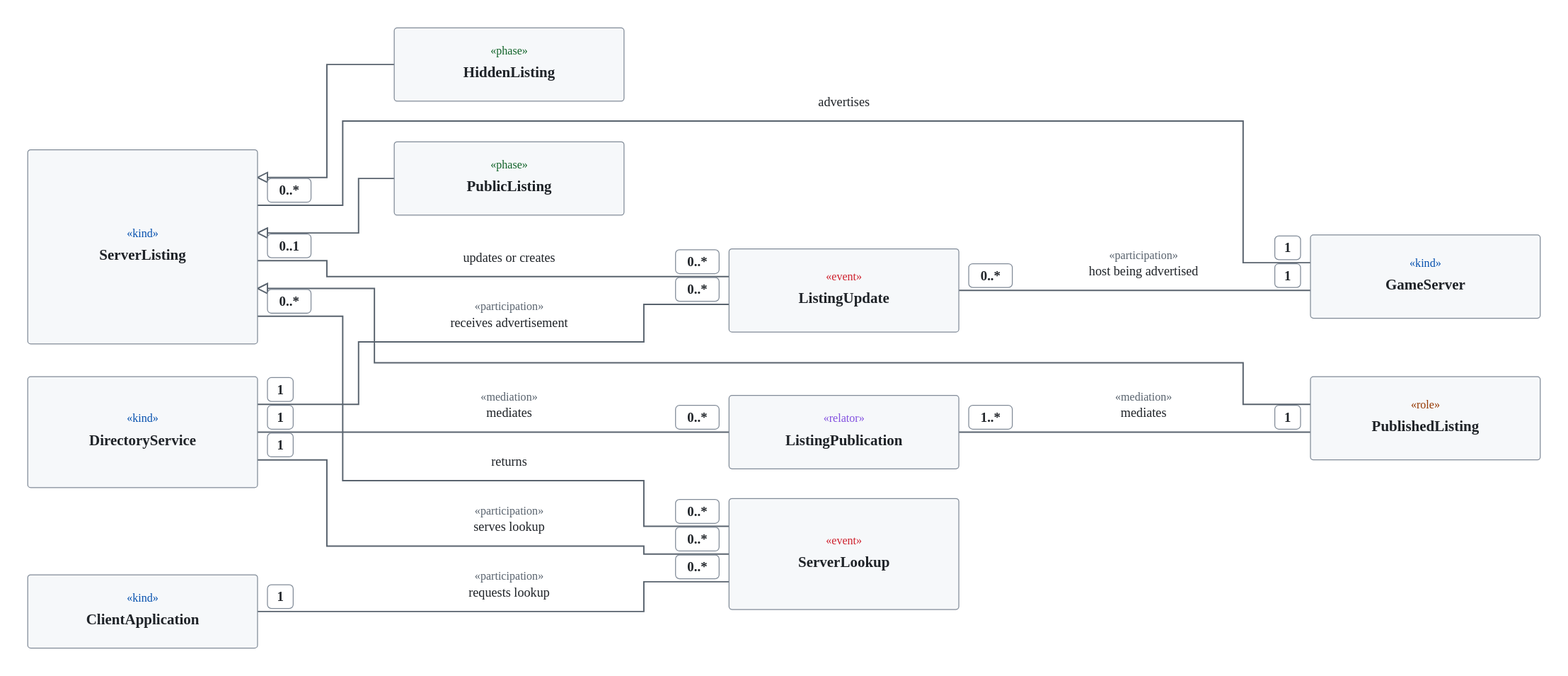
Above: downloads/r5-backend.svg in envsemble/coord (PlantUML), before the change. Its source is kept beside it as downloads/r5-backend.puml.
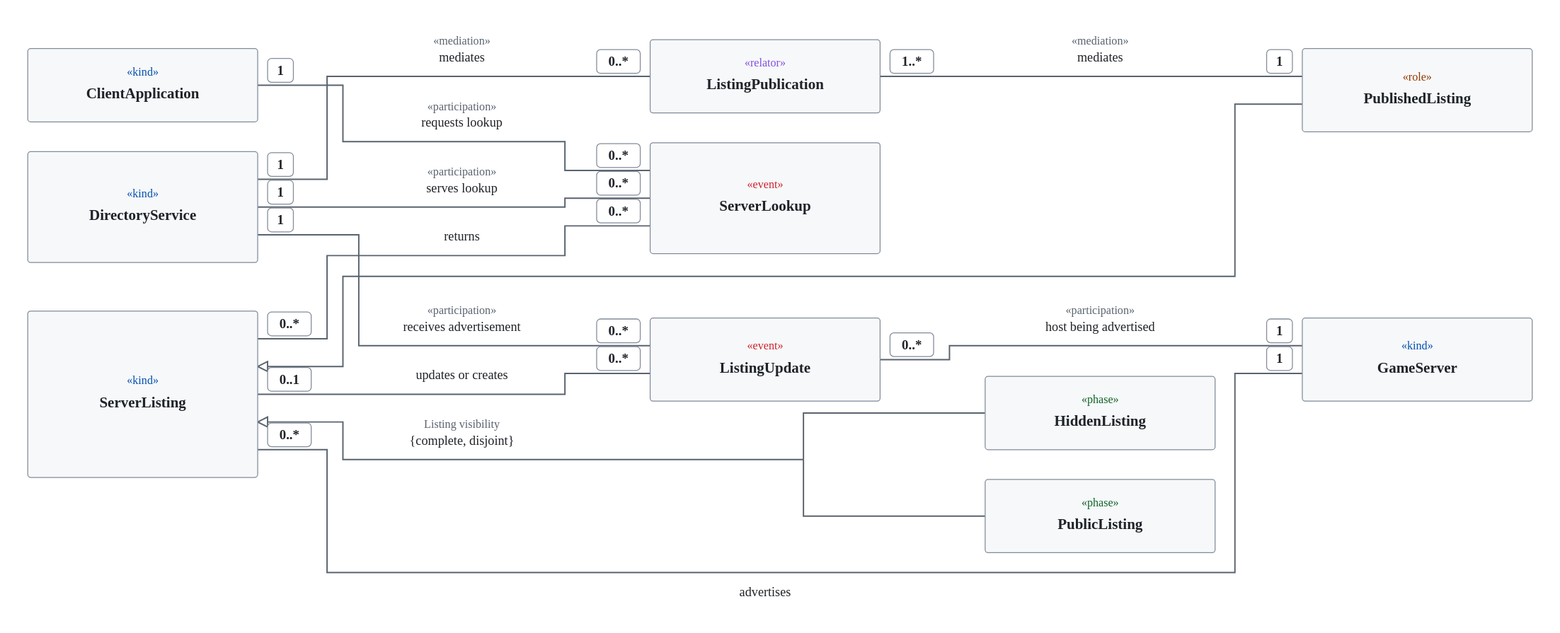
After the change.

Diff of the diagram source:
```diff
@@ -43,7 +43,9 @@
 }
 C11 <|-- C12
 C11 <|-- C14
+note on link: Listing visibility {complete, disjoint}
 C11 <|-- C15
+note on link: Listing visibility {complete, disjoint}
 C13 "0..*" -- "1" C10 : <<mediation>>\nmediates
 C13 "1..*" -- "1" C12 : <<mediation>>\nmediates
 C11 "0..*" -- "1" C5 : advertises
```
